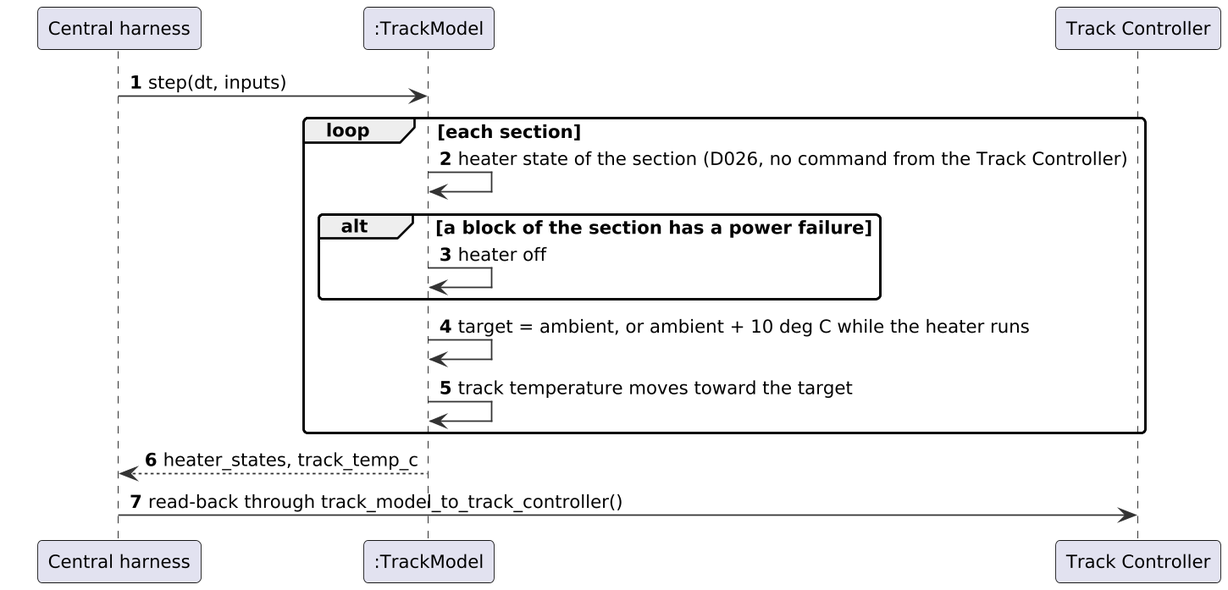
Before: documents/uml/track_model/sd13_heaters.png, a diagram exported from PlantUML (Landiss04/Track-Overflow).
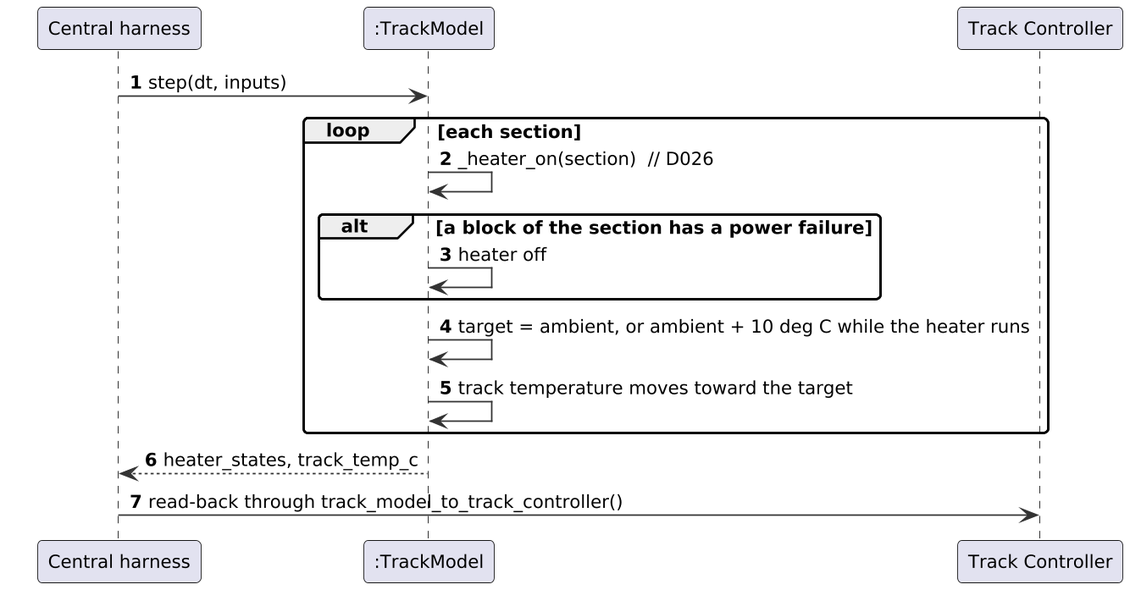
Above is the later version.

The edit, as a diff of the source:
```diff
@@ -14,7 +14,7 @@
 participant "Track Controller" as TC
 H -> TM : step(dt, inputs)
 loop each section
-  TM -> TM : heater state of the section (D026, no command from the Track Controller)
+  TM -> TM : _heater_on(section)  // D026
   alt a block of the section has a power failure
     TM -> TM : heater off
   end
```
